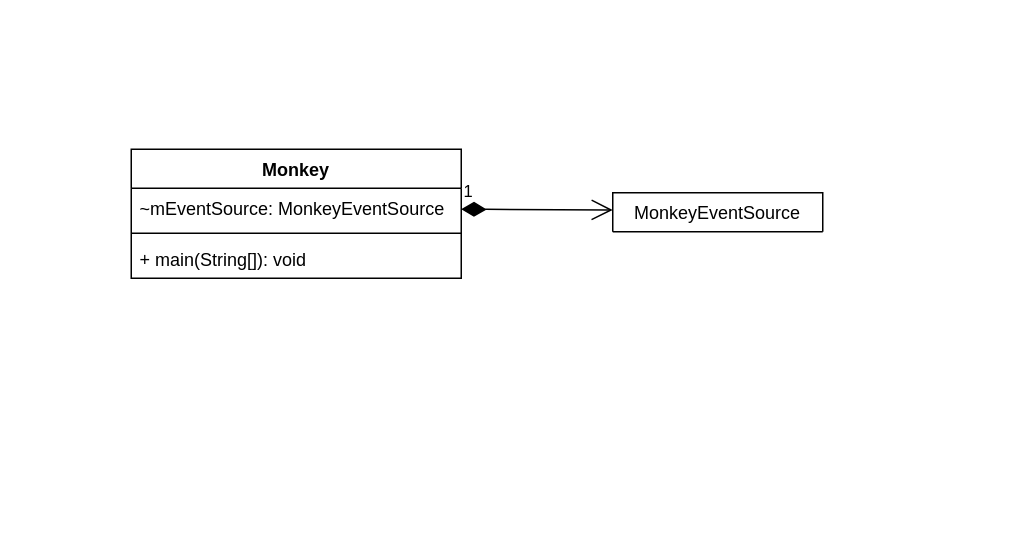
Before: monkey.drawio in cadi2015/drawIO, a draw.io diagram. Source tidied: cells renumbered, new cells numbered last; positions are measured from the earlier drawing's top-left corner, leaving out a move shared by most shapes. Both pictures are drawn from the tidied source at 150%, with x=0, y=0 at pixel (130, 148).
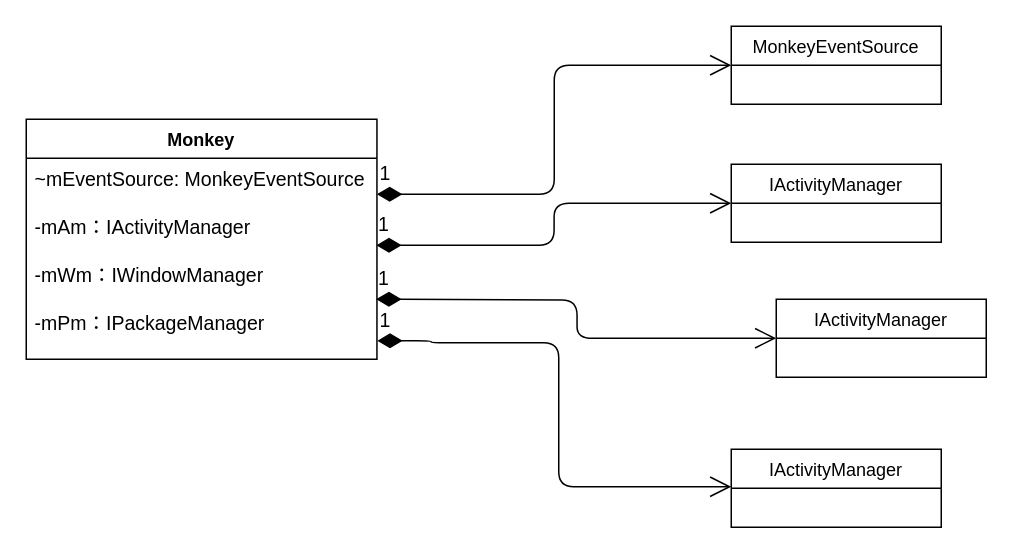
After the change.

What changed in the source:
```diff
@@
 <mxGraphModel>
   <root>
     <mxCell id="0" />
     <mxCell id="1" parent="0" />
     <mxCell id="2" value="Monkey" style="swimlane;fontStyle=1;align=center;verticalAlign=top;horizontal=1;startSize=26;" parent="1" vertex="1">
-      <mxGeometry width="220" height="86" as="geometry" />
+      <mxGeometry x="-70" y="-20" width="233.8" height="160" as="geometry" />
     </mxCell>
-    <mxCell id="3" value="~mEventSource: MonkeyEventSource" style="text;strokeColor=none;fillColor=none;align=left;verticalAlign=top;spacingLeft=4;spacingRight=4;overflow=hidden;points=[[0,0.5],[1,0.5]];portConstraint=eastwest;" parent="2" vertex="1">
-      <mxGeometry y="26" width="220" height="26" as="geometry" />
+    <mxCell id="3" value="~mEventSource: MonkeyEventSource&#10;&#10;-mAm：IActivityManager&#10;&#10;-mWm：IWindowManager&#10;&#10;-mPm：IPackageManager&#10;" style="text;strokeColor=none;fillColor=none;align=left;verticalAlign=top;spacingLeft=4;spacingRight=4;overflow=hidden;points=[[0,0.5],[1,0.5]];portConstraint=eastwest;fontSize=13;" parent="2" vertex="1">
+      <mxGeometry y="26" width="233.8" height="134" as="geometry" />
     </mxCell>
-    <mxCell id="4" style="line;strokeWidth=1;fillColor=none;align=left;verticalAlign=middle;spacingTop=-1;spacingLeft=3;spacingRight=3;labelPosition=right;" parent="2" vertex="1">
-      <mxGeometry y="52" width="220" height="8" as="geometry" />
-    </mxCell>
-    <mxCell id="5" value="+ main(String[]): void" style="text;strokeColor=none;fillColor=none;align=left;verticalAlign=top;spacingLeft=4;spacingRight=4;overflow=hidden;" parent="2" vertex="1">
-      <mxGeometry y="60" width="220" height="26" as="geometry" />
-    </mxCell>
-    <mxCell id="6" value="MonkeyEventSource" style="swimlane;fontStyle=0;horizontal=1;startSize=26;fillColor=none;" parent="1" vertex="1" collapsed="1">
-      <mxGeometry x="321" y="29" width="140" height="26" as="geometry" />
+    <mxCell id="6" value="MonkeyEventSource" style="swimlane;fontStyle=0;horizontal=1;startSize=26;fillColor=none;" parent="1" vertex="1">
+      <mxGeometry x="400" y="-82" width="140" height="52" as="geometry" />
     </mxCell>
-    <mxCell id="7" value="1" style="endArrow=open;html=1;endSize=12;startArrow=diamondThin;startSize=14;startFill=1;edgeStyle=orthogonalEdgeStyle;align=left;verticalAlign=bottom;entryX=0;entryY=0.442;entryDx=0;entryDy=0;entryPerimeter=0;" parent="1" edge="1" target="6">
-      <mxGeometry x="-1" y="3" relative="1" as="geometry">
-        <mxPoint x="220" y="40" as="sourcePoint" />
-      </mxGeometry>
-    </mxCell>
+    <mxCell id="8" value="IActivityManager" style="swimlane;fontStyle=0;horizontal=1;startSize=26;fillColor=none;" parent="1" vertex="1">
+      <mxGeometry x="400" y="10" width="140" height="52" as="geometry" />
+    </mxCell>
+    <mxCell id="9" value="IActivityManager" style="swimlane;fontStyle=0;horizontal=1;startSize=26;fillColor=none;" parent="1" vertex="1">
+      <mxGeometry x="430" y="100" width="140" height="52" as="geometry" />
+    </mxCell>
+    <mxCell id="10" value="IActivityManager" style="swimlane;fontStyle=0;horizontal=1;startSize=26;fillColor=none;" parent="1" vertex="1">
+      <mxGeometry x="400" y="200" width="140" height="52" as="geometry" />
+    </mxCell>
+    <mxCell id="11" value="1" style="endArrow=open;html=1;endSize=12;startArrow=diamondThin;startSize=14;startFill=1;edgeStyle=orthogonalEdgeStyle;align=left;verticalAlign=bottom;fontSize=13;entryX=0;entryY=0.5;entryDx=0;entryDy=0;" parent="1" edge="1" target="6">
+      <mxGeometry x="-1" y="3" relative="1" as="geometry">
+        <mxPoint x="163.8" y="30" as="sourcePoint" />
+        <Array as="points">
+          <mxPoint x="282" y="30" />
+          <mxPoint x="282" y="-56" />
+        </Array>
+      </mxGeometry>
+    </mxCell>
+    <mxCell id="12" value="1" style="endArrow=open;html=1;endSize=12;startArrow=diamondThin;startSize=14;startFill=1;edgeStyle=orthogonalEdgeStyle;align=left;verticalAlign=bottom;fontSize=13;exitX=0.998;exitY=0.433;exitDx=0;exitDy=0;exitPerimeter=0;entryX=0;entryY=0.5;entryDx=0;entryDy=0;" parent="1" edge="1" source="3" target="8">
+      <mxGeometry x="-1" y="3" relative="1" as="geometry" />
+    </mxCell>
+    <mxCell id="13" value="1" style="endArrow=open;html=1;endSize=12;startArrow=diamondThin;startSize=14;startFill=1;edgeStyle=orthogonalEdgeStyle;align=left;verticalAlign=bottom;fontSize=13;exitX=0.998;exitY=0.433;exitDx=0;exitDy=0;exitPerimeter=0;entryX=0;entryY=0.5;entryDx=0;entryDy=0;" parent="1" edge="1" target="9">
+      <mxGeometry x="-1" y="3" relative="1" as="geometry">
+        <mxPoint x="163.3" y="100" as="sourcePoint" />
+      </mxGeometry>
+    </mxCell>
+    <mxCell id="14" value="1" style="endArrow=open;html=1;endSize=12;startArrow=diamondThin;startSize=14;startFill=1;edgeStyle=orthogonalEdgeStyle;align=left;verticalAlign=bottom;fontSize=13;entryX=0;entryY=0.5;entryDx=0;entryDy=0;exitX=1.001;exitY=0.916;exitDx=0;exitDy=0;exitPerimeter=0;" parent="1" edge="1">
+      <mxGeometry x="-1" y="3" relative="1" as="geometry">
+        <mxPoint x="164" y="127.7" as="sourcePoint" />
+        <mxPoint x="400" y="225" as="targetPoint" />
+        <Array as="points">
+          <mxPoint x="200" y="128" />
+          <mxPoint x="200" y="129" />
+          <mxPoint x="285" y="129" />
+          <mxPoint x="285" y="225" />
+        </Array>
+      </mxGeometry>
+    </mxCell>
   </root>
 </mxGraphModel>
```
